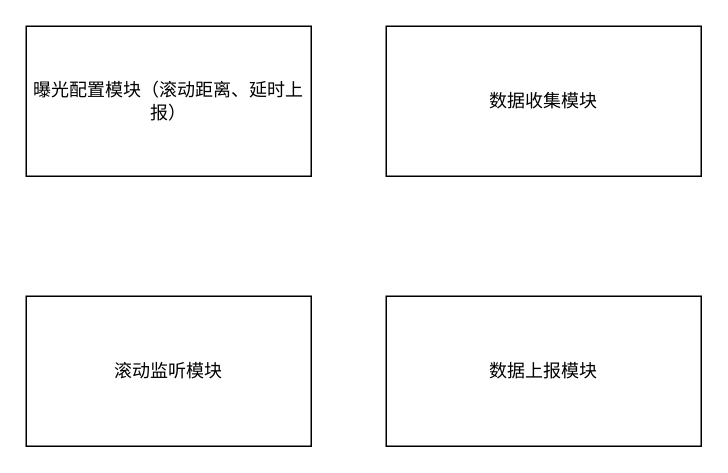
Git-Boom/DrawioFile keeps this draw.io diagram as Exposure.drawio. Above is the earlier version. Source tidied: cells renumbered, new cells numbered last; positions are measured from the earlier drawing's top-left corner, leaving out a move shared by most shapes. Both pictures are drawn from the tidied source at 150%, with x=0, y=0 at pixel (26, 26).
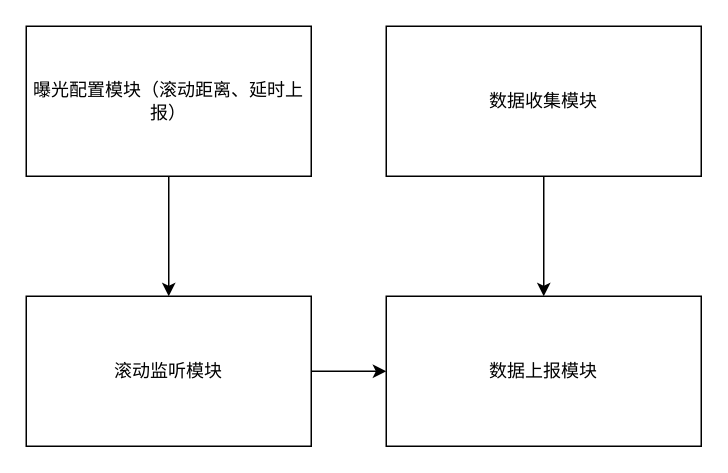
After the change.

Change to the diagram source:
```diff
@@
 <mxGraphModel>
   <root>
     <mxCell id="0" />
     <mxCell id="1" parent="0" />
+    <mxCell id="6" style="edgeStyle=orthogonalEdgeStyle;rounded=0;jettySize=auto;html=1;" parent="1" edge="1" source="2" target="3">
+      <mxGeometry relative="1" as="geometry" />
+    </mxCell>
     <mxCell id="2" value="曝光配置模块（滚动距离、延时上报）" style="rounded=0;whiteSpace=wrap;html=1;" parent="1" vertex="1">
       <mxGeometry width="190" height="100" as="geometry" />
     </mxCell>
+    <mxCell id="7" style="edgeStyle=orthogonalEdgeStyle;rounded=0;jettySize=auto;html=1;" parent="1" edge="1" source="3" target="5">
+      <mxGeometry relative="1" as="geometry" />
+    </mxCell>
     <mxCell id="3" value="滚动监听模块" style="rounded=0;whiteSpace=wrap;html=1;" parent="1" vertex="1">
       <mxGeometry y="180" width="190" height="100" as="geometry" />
     </mxCell>
+    <mxCell id="8" style="edgeStyle=orthogonalEdgeStyle;rounded=0;jettySize=auto;html=1;" parent="1" edge="1" source="4" target="5">
+      <mxGeometry relative="1" as="geometry" />
+    </mxCell>
     <mxCell id="4" value="数据收集模块" style="rounded=0;whiteSpace=wrap;html=1;" parent="1" vertex="1">
       <mxGeometry x="240" width="210" height="100" as="geometry" />
     </mxCell>
     <mxCell id="5" value="数据上报模块" style="rounded=0;whiteSpace=wrap;html=1;" parent="1" vertex="1">
       <mxGeometry x="240" y="180" width="210" height="100" as="geometry" />
     </mxCell>
   </root>
 </mxGraphModel>
```
